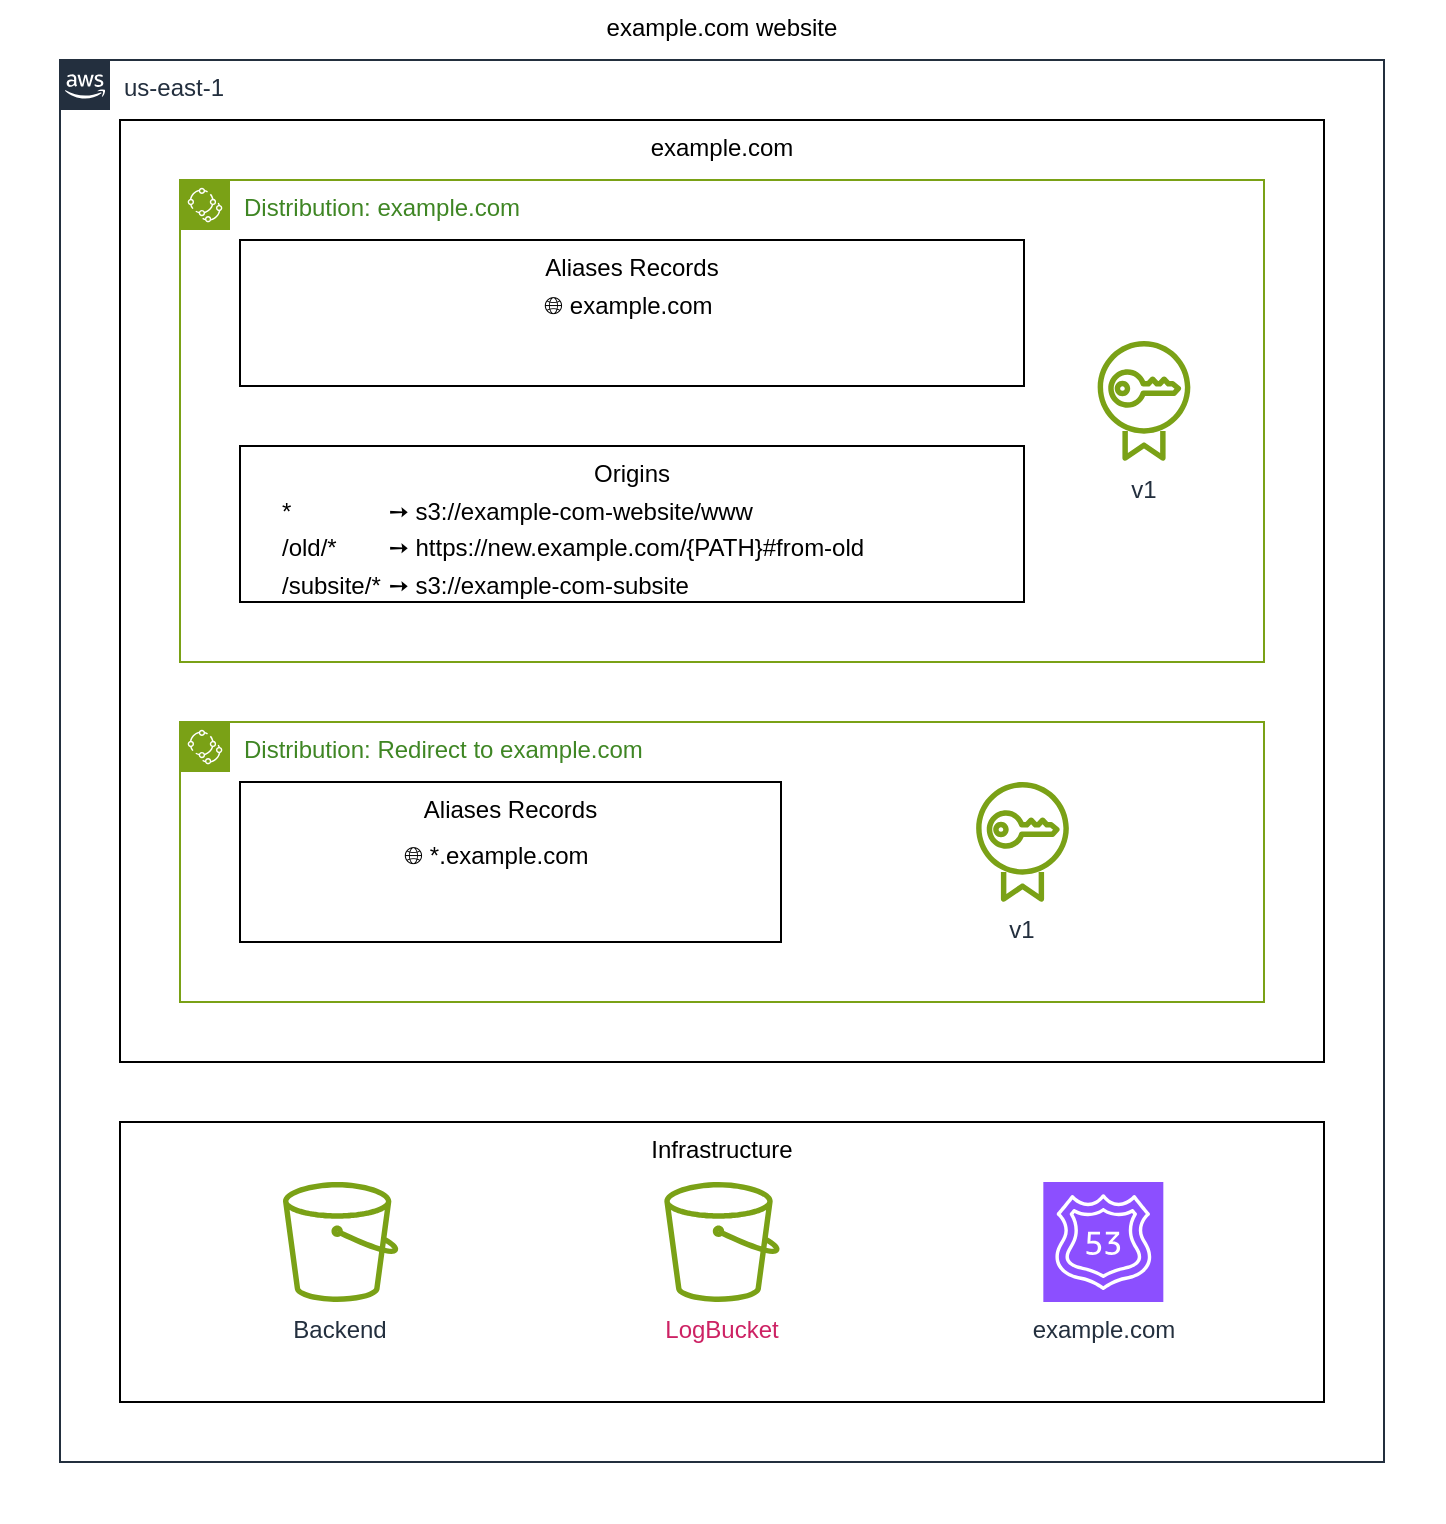
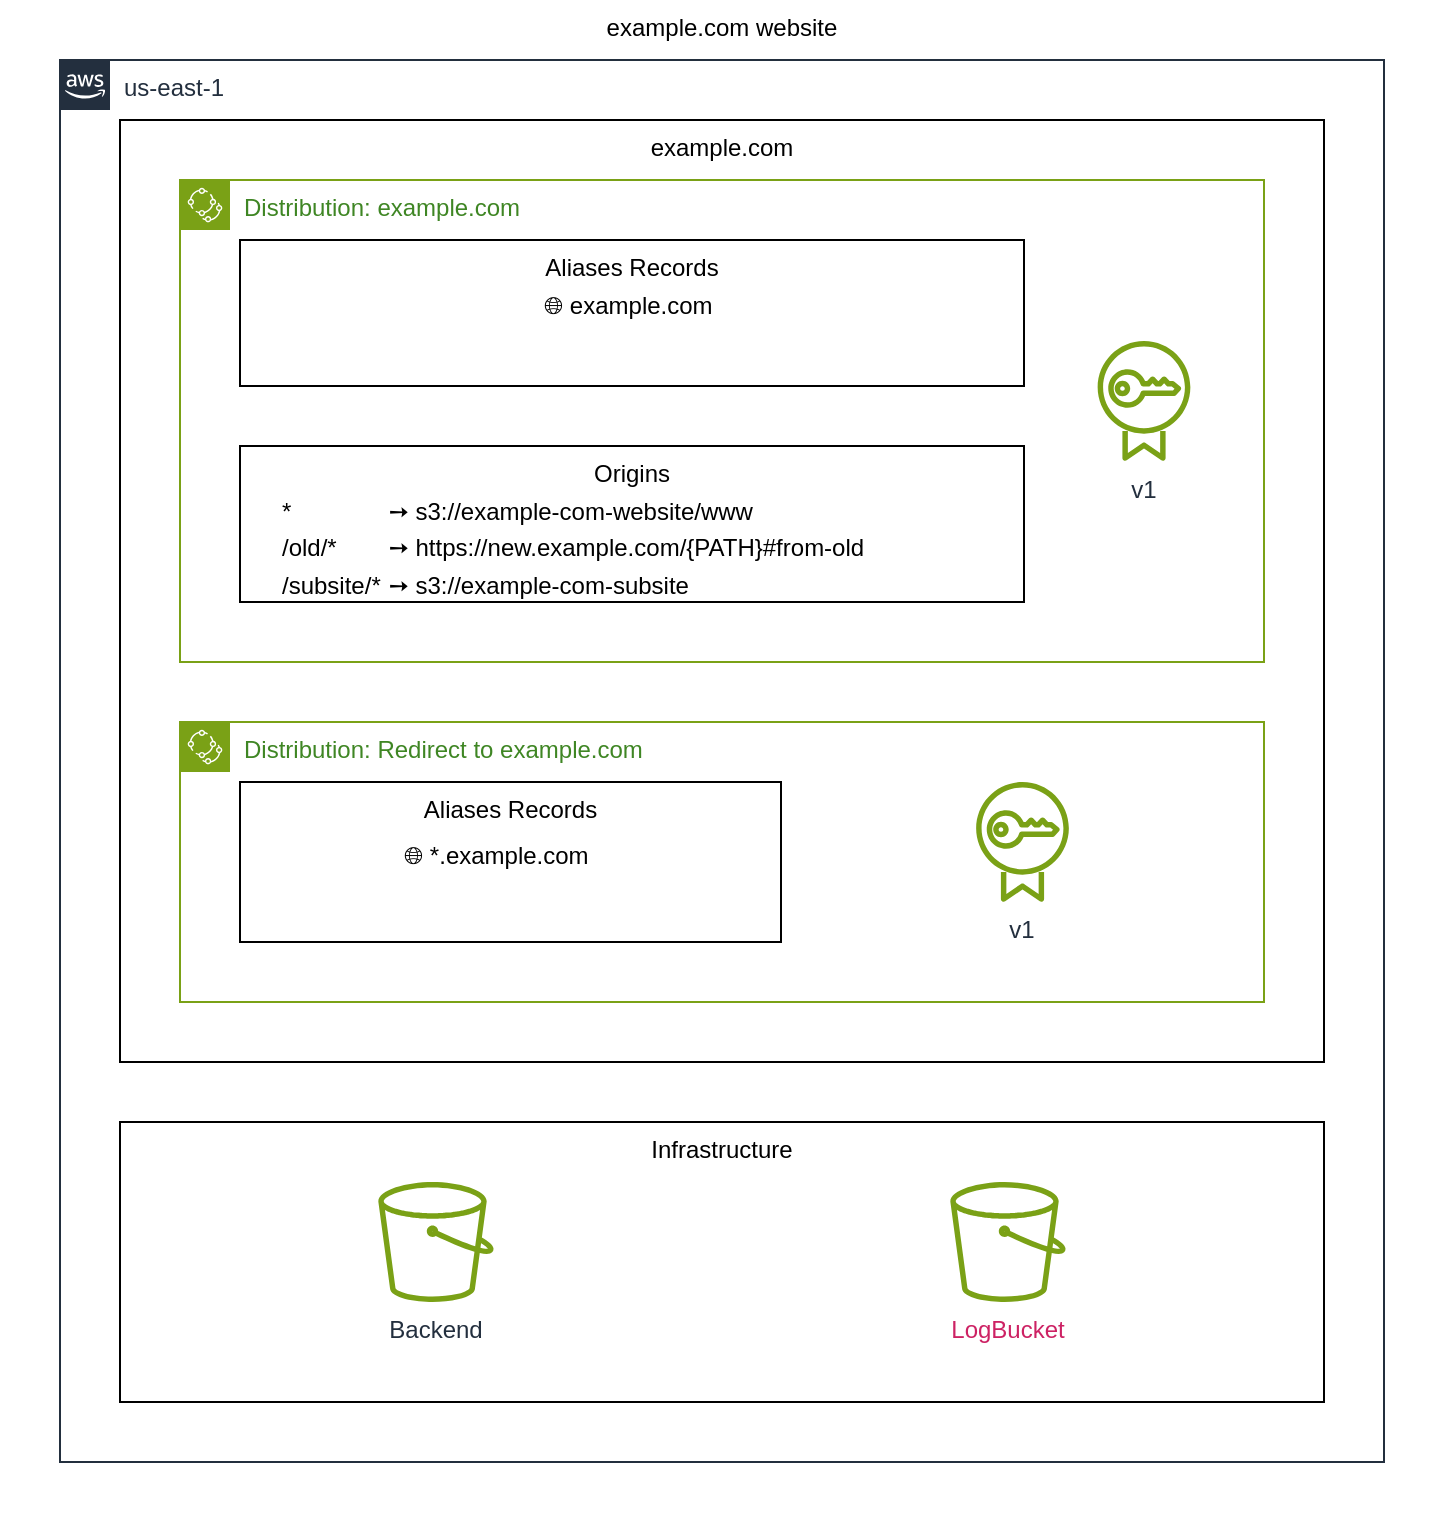
<mxfile
  host="Electron"
  agent="Mozilla/5.0 (Macintosh; Intel Mac OS X 10_15_7) AppleWebKit/537.36 (KHTML, like Gecko) draw.io/25.0.2 Chrome/128.0.6613.186 Electron/32.2.5 Safari/537.36"
  version="25.0.2"
  >
  <diagram
    name="example-com-websites"
    >
    <mxGraphModel
      grid="1"
      gridSize="10"
      guides="1"
      tooltips="1"
      connect="1"
      arrows="1"
      fold="1"
      page="1"
      pageScale="1"
      pageWidth="1"
      pageHeight="1"
      math="0"
      shadow="0"
      >
      <root>
        <mxCell
          id="page"
          />
        <mxCell
          id="root"
          parent="page"
          />
        <mxCell
          style="verticalAlign=top;aspect=fixed;align=center;spacingLeft=5;spacingRight=5;spacingBottom=5;strokeColor=none;"
          id="stack"
          parent="root"
          value="example.com website"
          vertex="1"
          >
          <mxGeometry
            as="geometry"
            width="722"
            height="761"
            x="0"
            y="0"
            />
          </mxCell>
        <mxCell
          style="verticalAlign=top;aspect=fixed;align=left;spacingLeft=30;spacingRight=5;spacingBottom=5;points=[[0,0],[0.25,0],[0.5,0],[0.75,0],[1,0],[1,0.25],[1,0.5],[1,0.75],[1,1],[0.75,1],[0.5,1],[0.25,1],[0,1],[0,0.75],[0,0.5],[0,0.25]];outlineConnect=0;gradientColor=none;html=1;whiteSpace=wrap;fontSize=12;fontStyle=0;container=1;pointerEvents=0;collapsible=0;recursiveResize=0;shape=mxgraph.aws4.group;grIcon=mxgraph.aws4.group_aws_cloud_alt;strokeColor=#232F3E;fillColor=none;fontColor=#232F3E;dashed=0;"
          id="provider_useast1"
          parent="stack"
          value="us-east-1"
          vertex="1"
          >
          <mxGeometry
            as="geometry"
            width="662"
            height="701"
            x="30"
            y="30"
            />
          </mxCell>
        <mxCell
          style="verticalAlign=top;aspect=fixed;align=center;spacingLeft=5;spacingRight=5;spacingBottom=5;noLabel=1;opacity=0;"
          id="cloudfrontsites"
          parent="provider_useast1"
          value="Cloudfront Sites"
          vertex="1"
          >
          <mxGeometry
            as="geometry"
            width="632"
            height="501"
            x="15"
            y="15"
            />
          </mxCell>
        <mxCell
          style="verticalAlign=top;aspect=fixed;align=center;spacingLeft=5;spacingRight=5;spacingBottom=5;"
          id="cloudfrontsite_examplecom"
          parent="cloudfrontsites"
          value="example.com"
          vertex="1"
          >
          <mxGeometry
            as="geometry"
            width="602"
            height="471"
            x="15"
            y="15"
            />
          </mxCell>
        <mxCell
          style="verticalAlign=top;aspect=fixed;align=center;spacingLeft=5;spacingRight=5;spacingBottom=5;noLabel=1;opacity=0;"
          id="distributions"
          parent="cloudfrontsite_examplecom"
          value="Distributions"
          vertex="1"
          >
          <mxGeometry
            as="geometry"
            width="572"
            height="441"
            x="15"
            y="15"
            />
          </mxCell>
        <mxCell
          style="verticalAlign=top;aspect=fixed;align=left;spacingLeft=30;spacingRight=5;spacingBottom=5;points=[[0,0],[0.25,0],[0.5,0],[0.75,0],[1,0],[1,0.25],[1,0.5],[1,0.75],[1,1],[0.75,1],[0.5,1],[0.25,1],[0,1],[0,0.75],[0,0.5],[0,0.25]];outlineConnect=0;gradientColor=none;html=1;whiteSpace=wrap;fontSize=12;fontStyle=0;container=1;pointerEvents=0;collapsible=0;recursiveResize=0;shape=mxgraph.aws4.group;grIcon=mxgraph.aws4.group_iot_greengrass_deployment;strokeColor=#7AA116;fillColor=none;fontColor=#3F8624;dashed=0;"
          id="examplecom_site"
          parent="distributions"
          value="Distribution: example.com"
          vertex="1"
          >
          <mxGeometry
            as="geometry"
            width="542"
            height="241"
            x="15"
            y="15"
            />
          </mxCell>
        <mxCell
          style="verticalAlign=top;aspect=fixed;align=center;spacingLeft=5;spacingRight=5;spacingBottom=5;noLabel=1;opacity=0;"
          id="shape"
          parent="examplecom_site"
          value="Shape"
          vertex="1"
          >
          <mxGeometry
            as="geometry"
            width="422"
            height="211"
            x="15"
            y="15"
            />
          </mxCell>
        <mxCell
          style="verticalAlign=top;aspect=fixed;align=center;spacingLeft=5;spacingRight=5;spacingBottom=5;"
          id="aliasesrecords"
          parent="shape"
          value="Aliases Records"
          vertex="1"
          >
          <mxGeometry
            as="geometry"
            width="392"
            height="73"
            x="15"
            y="15"
            />
          </mxCell>
        <mxCell
          style="rounded=0;whiteSpace=wrap;verticalAlign=middle;align=center;text;html=1;"
          id="text_tabletrtdexamplecomtdtrtable"
          parent="aliasesrecords"
          value="&lt;table&gt;&lt;tr&gt;&lt;td&gt;🌐 example.com&lt;/td&gt;&lt;/tr&gt;&lt;/table&gt;"
          vertex="1"
          >
          <mxGeometry
            width="99"
            height="55"
            as="geometry"
            x="146.5"
            y="16"
            />
          </mxCell>
        <mxCell
          style="verticalAlign=top;aspect=fixed;align=center;spacingLeft=5;spacingRight=5;spacingBottom=5;"
          id="origins"
          parent="shape"
          value="Origins"
          vertex="1"
          >
          <mxGeometry
            as="geometry"
            width="392"
            height="78"
            x="15"
            y="118"
            />
          </mxCell>
        <mxCell
          style="rounded=0;whiteSpace=wrap;verticalAlign=middle;align=center;text;html=1;"
          id="examplecom_site_origins_table"
          parent="origins"
          value="&lt;table&gt;&lt;tr&gt;&lt;td&gt;*&lt;/td&gt;&lt;td&gt;➙ s3://example-com-website/www&lt;/td&gt;&lt;/tr&gt;&lt;tr&gt;&lt;td&gt;/old/*&lt;/td&gt;&lt;td&gt;➙ https://new.example.com/{PATH}#from-old&lt;/td&gt;&lt;/tr&gt;&lt;tr&gt;&lt;td&gt;/subsite/*&lt;/td&gt;&lt;td&gt;➙ s3://example-com-subsite&lt;/td&gt;&lt;/tr&gt;&lt;/table&gt;"
          vertex="1"
          >
          <mxGeometry
            width="360"
            as="geometry"
            height="60"
            x="16"
            y="16"
            />
          </mxCell>
        <mxCell
          style="verticalAlign=top;aspect=fixed;align=center;spacingLeft=5;spacingRight=5;spacingBottom=5;noLabel=1;opacity=0;"
          id="shape_2"
          parent="examplecom_site"
          value="Shape"
          vertex="1"
          >
          <mxGeometry
            as="geometry"
            width="90"
            height="211"
            x="437"
            y="15"
            />
          </mxCell>
        <mxCell
          style="verticalAlign=top;aspect=fixed;align=center;spacingLeft=5;spacingRight=5;spacingBottom=5;noLabel=1;opacity=0;"
          id="aliasescertificates"
          parent="shape_2"
          value="Aliases Certificates"
          vertex="1"
          >
          <mxGeometry
            as="geometry"
            width="90"
            height="211"
            x="0"
            y="0"
            />
          </mxCell>
        <mxCell
          style="rounded=1;whiteSpace=wrap;verticalAlign=top;align=center;sketch=0;outlineConnect=0;fontColor=#232F3E;gradientColor=none;fillColor=#7AA116;strokeColor=none;dashed=0;verticalLabelPosition=bottom;html=1;fontSize=12;fontStyle=0;aspect=fixed;pointerEvents=1;shape=mxgraph.aws4.certificate_manager;"
          id="examplecom_site_1_certificate"
          parent="aliasescertificates"
          value="v1"
          vertex="1"
          >
          <mxGeometry
            as="geometry"
            width="60"
            height="60"
            x="15"
            y="65.5"
            />
          </mxCell>
        <mxCell
          style="verticalAlign=top;aspect=fixed;align=left;spacingLeft=30;spacingRight=5;spacingBottom=5;points=[[0,0],[0.25,0],[0.5,0],[0.75,0],[1,0],[1,0.25],[1,0.5],[1,0.75],[1,1],[0.75,1],[0.5,1],[0.25,1],[0,1],[0,0.75],[0,0.5],[0,0.25]];outlineConnect=0;gradientColor=none;html=1;whiteSpace=wrap;fontSize=12;fontStyle=0;container=1;pointerEvents=0;collapsible=0;recursiveResize=0;shape=mxgraph.aws4.group;grIcon=mxgraph.aws4.group_iot_greengrass_deployment;strokeColor=#7AA116;fillColor=none;fontColor=#3F8624;dashed=0;"
          id="examplecom_redirect"
          parent="distributions"
          value="Distribution: Redirect to example.com"
          vertex="1"
          >
          <mxGeometry
            as="geometry"
            width="542"
            height="140"
            x="15"
            y="286"
            />
          </mxCell>
        <mxCell
          style="verticalAlign=top;aspect=fixed;align=center;spacingLeft=5;spacingRight=5;spacingBottom=5;noLabel=1;opacity=0;"
          id="shape_3"
          parent="examplecom_redirect"
          value="Shape"
          vertex="1"
          >
          <mxGeometry
            as="geometry"
            width="300.5"
            height="110"
            x="15"
            y="15"
            />
          </mxCell>
        <mxCell
          style="verticalAlign=top;aspect=fixed;align=center;spacingLeft=5;spacingRight=5;spacingBottom=5;"
          id="aliasesrecords_2"
          parent="shape_3"
          value="Aliases Records"
          vertex="1"
          >
          <mxGeometry
            as="geometry"
            width="270.5"
            height="80"
            x="15"
            y="15"
            />
          </mxCell>
        <mxCell
          style="rounded=0;whiteSpace=wrap;verticalAlign=middle;align=center;text;html=1;"
          id="text_2"
          parent="aliasesrecords_2"
          value="&lt;table&gt;&lt;tr&gt;&lt;td&gt;🌐 *.example.com&lt;/td&gt;&lt;/tr&gt;&lt;/table&gt;"
          vertex="1"
          >
          <mxGeometry
            width="117"
            height="55"
            as="geometry"
            x="76.75"
            y="19.5"
            />
          </mxCell>
        <mxCell
          style="verticalAlign=top;aspect=fixed;align=center;spacingLeft=5;spacingRight=5;spacingBottom=5;noLabel=1;opacity=0;"
          id="shape_5"
          parent="examplecom_redirect"
          value="Shape"
          vertex="1"
          >
          <mxGeometry
            as="geometry"
            width="211.5"
            height="110"
            x="315.5"
            y="15"
            />
          </mxCell>
        <mxCell
          style="verticalAlign=top;aspect=fixed;align=center;spacingLeft=5;spacingRight=5;spacingBottom=5;noLabel=1;opacity=0;"
          id="aliasescertificates_2"
          parent="shape_5"
          value="Aliases Certificates"
          vertex="1"
          >
          <mxGeometry
            as="geometry"
            width="211.5"
            height="110"
            x="0"
            y="0"
            />
          </mxCell>
        <mxCell
          style="rounded=1;whiteSpace=wrap;verticalAlign=top;align=center;sketch=0;outlineConnect=0;fontColor=#232F3E;gradientColor=none;fillColor=#7AA116;strokeColor=none;dashed=0;verticalLabelPosition=bottom;html=1;fontSize=12;fontStyle=0;aspect=fixed;pointerEvents=1;shape=mxgraph.aws4.certificate_manager;"
          id="examplecom_redirect_1_certificate"
          parent="aliasescertificates_2"
          value="v1"
          vertex="1"
          >
          <mxGeometry
            as="geometry"
            width="60"
            height="60"
            x="75.75"
            y="15"
            />
          </mxCell>
        <mxCell
          style="verticalAlign=top;aspect=fixed;align=center;spacingLeft=5;spacingRight=5;spacingBottom=5;"
          id="infrastructure"
          parent="provider_useast1"
          value="Infrastructure"
          vertex="1"
          >
          <mxGeometry
            as="geometry"
            width="602"
            height="140"
            x="30"
            y="531"
            />
          </mxCell>
        <mxCell
          style="rounded=1;whiteSpace=wrap;verticalAlign=top;align=center;sketch=0;outlineConnect=0;fontColor=#232F3E;gradientColor=none;fillColor=#7AA116;strokeColor=none;dashed=0;verticalLabelPosition=bottom;html=1;fontSize=12;fontStyle=0;aspect=fixed;pointerEvents=1;shape=mxgraph.aws4.bucket;"
          id="backend"
          parent="infrastructure"
          value="Backend"
          vertex="1"
          >
          <mxGeometry
            as="geometry"
            width="60"
            height="60"
-             x="80.33333333333334"
+             x="128"
            y="30"
            />
          </mxCell>
        <mxCell
          style="rounded=1;whiteSpace=wrap;verticalAlign=top;align=center;sketch=0;outlineConnect=0;fontColor=#CD2264;gradientColor=none;fillColor=#7AA116;strokeColor=#CD2264;dashed=0;verticalLabelPosition=bottom;html=1;fontSize=12;fontStyle=0;aspect=fixed;pointerEvents=1;shape=mxgraph.aws4.bucket;"
          id="awss3bucket_logbucket"
          parent="infrastructure"
          value="LogBucket"
          vertex="1"
          >
          <mxGeometry
            as="geometry"
            width="60"
            height="60"
-             x="271"
-             y="30"
-             />
-           </mxCell>
-         <mxCell
-           style="rounded=1;whiteSpace=wrap;verticalAlign=top;align=center;sketch=0;points=[[0,0,0],[0.25,0,0],[0.5,0,0],[0.75,0,0],[1,0,0],[0,1,0],[0.25,1,0],[0.5,1,0],[0.75,1,0],[1,1,0],[0,0.25,0],[0,0.5,0],[0,0.75,0],[1,0.25,0],[1,0.5,0],[1,0.75,0]];outlineConnect=0;fontColor=#232F3E;fillColor=#8C4FFF;strokeColor=#ffffff;dashed=0;verticalLabelPosition=bottom;html=1;fontSize=12;fontStyle=0;aspect=fixed;shape=mxgraph.aws4.resourceIcon;resIcon=mxgraph.aws4.route_53;"
-           id="examplecom_examplecom"
-           parent="infrastructure"
-           value="example.com"
-           vertex="1"
-           >
-           <mxGeometry
-             as="geometry"
-             width="60"
-             height="60"
-             x="461.6666666666667"
+             x="414"
            y="30"
            />
          </mxCell>
        </root>
      </mxGraphModel>
    </diagram>
  </mxfile>